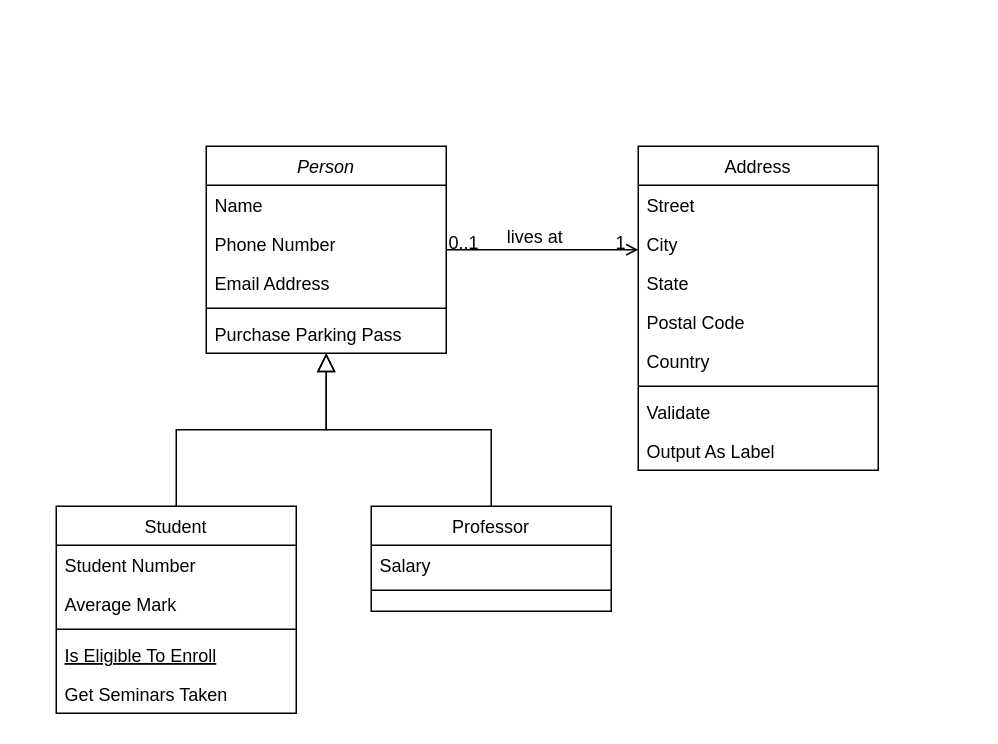
Before: Diagrama sin título.drawio in luiscarlos370/ProyectoFJS, a draw.io diagram. Source tidied: cells renumbered, new cells numbered last; positions are measured from the earlier drawing's top-left corner, leaving out a move shared by most shapes. Both pictures are drawn from the tidied source at 150%, with x=0, y=0 at pixel (56, 146).
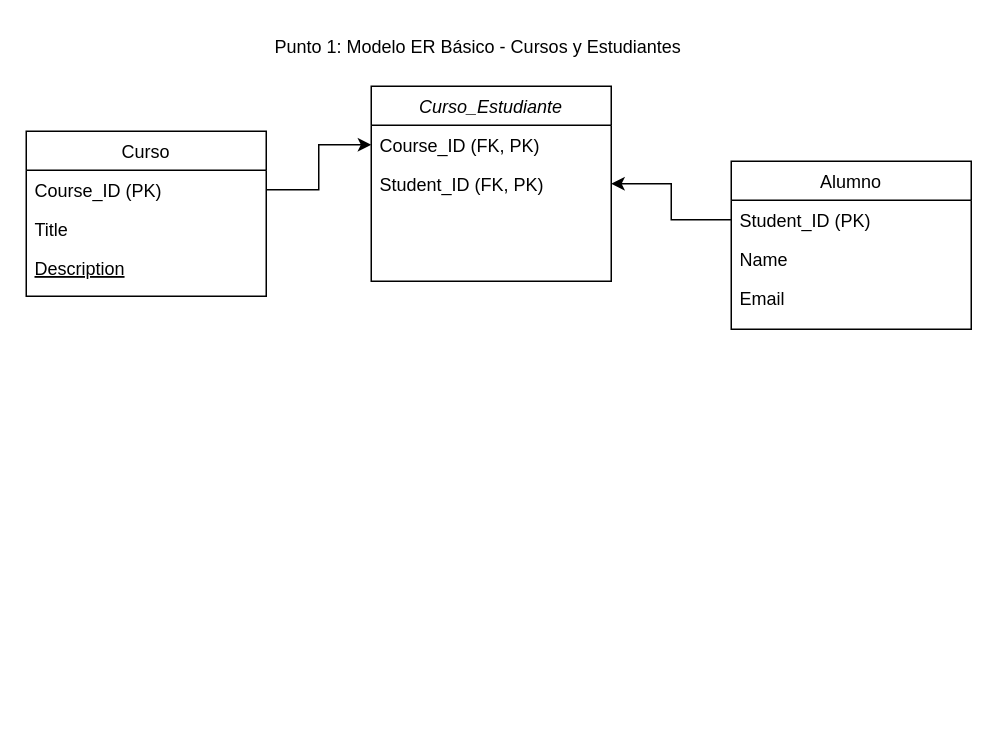
The same diagram, later.

What changed in the source:
```diff
@@
-    <mxCell id="2" value="Person" style="swimlane;fontStyle=2;align=center;verticalAlign=top;horizontal=1;startSize=26;rounded=0;shadow=0;strokeWidth=1;" parent="1" vertex="1">
-      <mxGeometry x="100" width="160" height="138" as="geometry" />
+    <mxCell id="2" value="Curso_Estudiante  " style="swimlane;fontStyle=2;align=center;verticalAlign=top;horizontal=1;startSize=26;rounded=0;shadow=0;strokeWidth=1;" parent="1" vertex="1">
+      <mxGeometry x="210" y="-40" width="160" height="130" as="geometry" />
     </mxCell>
-    <mxCell id="3" value="Name" style="text;align=left;verticalAlign=top;spacingLeft=4;spacingRight=4;overflow=hidden;points=[[0,0.5],[1,0.5]];portConstraint=eastwest;" parent="2" vertex="1">
+    <mxCell id="3" value=" Course_ID (FK, PK)" style="text;align=left;verticalAlign=top;spacingLeft=4;spacingRight=4;overflow=hidden;points=[[0,0.5],[1,0.5]];portConstraint=eastwest;" parent="2" vertex="1">
       <mxGeometry y="26" width="160" height="26" as="geometry" />
     </mxCell>
-    <mxCell id="4" value="Phone Number" style="text;align=left;verticalAlign=top;spacingLeft=4;spacingRight=4;overflow=hidden;points=[[0,0.5],[1,0.5]];portConstraint=eastwest;rounded=0;shadow=0;html=0;" parent="2" vertex="1">
+    <mxCell id="4" value="Student_ID (FK, PK)" style="text;align=left;verticalAlign=top;spacingLeft=4;spacingRight=4;overflow=hidden;points=[[0,0.5],[1,0.5]];portConstraint=eastwest;rounded=0;shadow=0;html=0;" parent="2" vertex="1">
       <mxGeometry y="52" width="160" height="26" as="geometry" />
     </mxCell>
-    <mxCell id="5" value="Email Address" style="text;align=left;verticalAlign=top;spacingLeft=4;spacingRight=4;overflow=hidden;rounded=0;shadow=0;html=0;" parent="2" vertex="1">
-      <mxGeometry y="78" width="160" height="26" as="geometry" />
-    </mxCell>
-    <mxCell id="6" style="line;html=1;strokeWidth=1;align=left;verticalAlign=middle;spacingTop=-1;spacingLeft=3;spacingRight=3;labelPosition=right;" parent="2" vertex="1">
-      <mxGeometry y="104" width="160" height="8" as="geometry" />
-    </mxCell>
-    <mxCell id="7" value="Purchase Parking Pass" style="text;align=left;verticalAlign=top;spacingLeft=4;spacingRight=4;overflow=hidden;" parent="2" vertex="1">
-      <mxGeometry y="112" width="160" height="26" as="geometry" />
-    </mxCell>
-    <mxCell id="8" value="Student" style="swimlane;fontStyle=0;align=center;verticalAlign=top;horizontal=1;startSize=26;rounded=0;shadow=0;strokeWidth=1;" parent="1" vertex="1">
-      <mxGeometry y="240" width="160" height="138" as="geometry" />
+    <mxCell id="8" value="Curso  " style="swimlane;fontStyle=0;align=center;verticalAlign=top;horizontal=1;startSize=26;rounded=0;shadow=0;strokeWidth=1;" parent="1" vertex="1">
+      <mxGeometry x="-20" y="-10" width="160" height="110" as="geometry" />
     </mxCell>
-    <mxCell id="9" value="Student Number" style="text;align=left;verticalAlign=top;spacingLeft=4;spacingRight=4;overflow=hidden;points=[[0,0.5],[1,0.5]];portConstraint=eastwest;" parent="8" vertex="1">
+    <mxCell id="9" value="Course_ID (PK)" style="text;align=left;verticalAlign=top;spacingLeft=4;spacingRight=4;overflow=hidden;points=[[0,0.5],[1,0.5]];portConstraint=eastwest;" parent="8" vertex="1">
       <mxGeometry y="26" width="160" height="26" as="geometry" />
     </mxCell>
-    <mxCell id="10" value="Average Mark" style="text;align=left;verticalAlign=top;spacingLeft=4;spacingRight=4;overflow=hidden;rounded=0;shadow=0;html=0;" parent="8" vertex="1">
+    <mxCell id="10" value="Title " style="text;align=left;verticalAlign=top;spacingLeft=4;spacingRight=4;overflow=hidden;rounded=0;shadow=0;html=0;" parent="8" vertex="1">
       <mxGeometry y="52" width="160" height="26" as="geometry" />
     </mxCell>
-    <mxCell id="11" style="line;html=1;strokeWidth=1;align=left;verticalAlign=middle;spacingTop=-1;spacingLeft=3;spacingRight=3;labelPosition=right;" parent="8" vertex="1">
-      <mxGeometry y="78" width="160" height="8" as="geometry" />
-    </mxCell>
-    <mxCell id="12" value="Is Eligible To Enroll" style="text;align=left;verticalAlign=top;spacingLeft=4;spacingRight=4;overflow=hidden;fontStyle=4;" parent="8" vertex="1">
-      <mxGeometry y="86" width="160" height="26" as="geometry" />
+    <mxCell id="12" value="Description        " style="text;align=left;verticalAlign=top;spacingLeft=4;spacingRight=4;overflow=hidden;fontStyle=4;" parent="8" vertex="1">
+      <mxGeometry y="78" width="160" height="26" as="geometry" />
     </mxCell>
-    <mxCell id="13" value="Get Seminars Taken" style="text;align=left;verticalAlign=top;spacingLeft=4;spacingRight=4;overflow=hidden;" parent="8" vertex="1">
-      <mxGeometry y="112" width="160" height="26" as="geometry" />
-    </mxCell>
-    <mxCell id="14" style="endArrow=block;endSize=10;endFill=0;shadow=0;strokeWidth=1;rounded=0;curved=0;edgeStyle=elbowEdgeStyle;elbow=vertical;" parent="1" edge="1" source="8" target="2">
-      <mxGeometry relative="1" as="geometry" />
-    </mxCell>
-    <mxCell id="15" value="Professor" style="swimlane;fontStyle=0;align=center;verticalAlign=top;horizontal=1;startSize=26;rounded=0;shadow=0;strokeWidth=1;" parent="1" vertex="1">
-      <mxGeometry x="210" y="240" width="160" height="70" as="geometry" />
+    <mxCell id="15" value="Alumno        " style="swimlane;fontStyle=0;align=center;verticalAlign=top;horizontal=1;startSize=26;rounded=0;shadow=0;strokeWidth=1;" parent="1" vertex="1">
+      <mxGeometry x="450" y="10" width="160" height="112" as="geometry" />
     </mxCell>
-    <mxCell id="16" value="Salary" style="text;align=left;verticalAlign=top;spacingLeft=4;spacingRight=4;overflow=hidden;points=[[0,0.5],[1,0.5]];portConstraint=eastwest;" parent="15" vertex="1">
+    <mxCell id="16" value="Student_ID (PK) " style="text;align=left;verticalAlign=top;spacingLeft=4;spacingRight=4;overflow=hidden;points=[[0,0.5],[1,0.5]];portConstraint=eastwest;" parent="15" vertex="1">
       <mxGeometry y="26" width="160" height="26" as="geometry" />
     </mxCell>
-    <mxCell id="17" style="line;html=1;strokeWidth=1;align=left;verticalAlign=middle;spacingTop=-1;spacingLeft=3;spacingRight=3;labelPosition=right;" parent="15" vertex="1">
-      <mxGeometry y="52" width="160" height="8" as="geometry" />
-    </mxCell>
-    <mxCell id="18" style="endArrow=block;endSize=10;endFill=0;shadow=0;strokeWidth=1;rounded=0;curved=0;edgeStyle=elbowEdgeStyle;elbow=vertical;" parent="1" edge="1" source="15" target="2">
-      <mxGeometry relative="1" as="geometry" />
-    </mxCell>
-    <mxCell id="19" value="Address" style="swimlane;fontStyle=0;align=center;verticalAlign=top;horizontal=1;startSize=26;rounded=0;shadow=0;strokeWidth=1;" parent="1" vertex="1">
-      <mxGeometry x="388" width="160" height="216" as="geometry" />
-    </mxCell>
-    <mxCell id="20" value="Street" style="text;align=left;verticalAlign=top;spacingLeft=4;spacingRight=4;overflow=hidden;" parent="19" vertex="1">
-      <mxGeometry y="26" width="160" height="26" as="geometry" />
-    </mxCell>
-    <mxCell id="21" value="City" style="text;align=left;verticalAlign=top;spacingLeft=4;spacingRight=4;overflow=hidden;rounded=0;shadow=0;html=0;" parent="19" vertex="1">
-      <mxGeometry y="52" width="160" height="26" as="geometry" />
-    </mxCell>
-    <mxCell id="22" value="State" style="text;align=left;verticalAlign=top;spacingLeft=4;spacingRight=4;overflow=hidden;rounded=0;shadow=0;html=0;" parent="19" vertex="1">
-      <mxGeometry y="78" width="160" height="26" as="geometry" />
-    </mxCell>
-    <mxCell id="23" value="Postal Code" style="text;align=left;verticalAlign=top;spacingLeft=4;spacingRight=4;overflow=hidden;rounded=0;shadow=0;html=0;" parent="19" vertex="1">
-      <mxGeometry y="104" width="160" height="26" as="geometry" />
-    </mxCell>
-    <mxCell id="24" value="Country" style="text;align=left;verticalAlign=top;spacingLeft=4;spacingRight=4;overflow=hidden;rounded=0;shadow=0;html=0;" parent="19" vertex="1">
-      <mxGeometry y="130" width="160" height="26" as="geometry" />
-    </mxCell>
-    <mxCell id="25" style="line;html=1;strokeWidth=1;align=left;verticalAlign=middle;spacingTop=-1;spacingLeft=3;spacingRight=3;labelPosition=right;" parent="19" vertex="1">
-      <mxGeometry y="156" width="160" height="8" as="geometry" />
-    </mxCell>
-    <mxCell id="26" value="Validate" style="text;align=left;verticalAlign=top;spacingLeft=4;spacingRight=4;overflow=hidden;" parent="19" vertex="1">
-      <mxGeometry y="164" width="160" height="26" as="geometry" />
-    </mxCell>
-    <mxCell id="27" value="Output As Label" style="text;align=left;verticalAlign=top;spacingLeft=4;spacingRight=4;overflow=hidden;" parent="19" vertex="1">
-      <mxGeometry y="190" width="160" height="26" as="geometry" />
-    </mxCell>
-    <mxCell id="28" style="endArrow=open;shadow=0;strokeWidth=1;rounded=0;curved=0;endFill=1;edgeStyle=elbowEdgeStyle;elbow=vertical;" parent="1" edge="1" source="2" target="19">
-      <mxGeometry x="0.5" y="41" relative="1" as="geometry">
-        <mxPoint x="-40" y="32" as="offset" />
-      </mxGeometry>
-    </mxCell>
-    <mxCell id="29" value="0..1" style="align=left;verticalAlign=bottom;labelBackgroundColor=none;fontSize=12;" parent="28" vertex="1">
-      <mxGeometry x="-1" relative="1" as="geometry">
-        <mxPoint y="4" as="offset" />
-      </mxGeometry>
-    </mxCell>
-    <mxCell id="30" value="1" style="align=right;verticalAlign=bottom;labelBackgroundColor=none;fontSize=12;" parent="28" vertex="1">
-      <mxGeometry x="1" relative="1" as="geometry">
-        <mxPoint x="-7" y="4" as="offset" />
-      </mxGeometry>
-    </mxCell>
-    <mxCell id="31" value="lives at" style="text;html=1;align=center;verticalAlign=middle;labelBackgroundColor=none;rounded=0;shadow=0;strokeWidth=1;fontSize=12;" parent="28" vertex="1">
-      <mxGeometry x="0.5" y="49" relative="1" as="geometry">
-        <mxPoint x="-38" y="40" as="offset" />
-      </mxGeometry>
-    </mxCell>
+    <mxCell id="32" value="Name" style="text;align=left;verticalAlign=top;spacingLeft=4;spacingRight=4;overflow=hidden;" parent="15" vertex="1">
+      <mxGeometry y="52" width="160" height="26" as="geometry" />
+    </mxCell>
+    <mxCell id="33" value="Email              " style="text;align=left;verticalAlign=top;spacingLeft=4;spacingRight=4;overflow=hidden;" parent="15" vertex="1">
+      <mxGeometry y="78" width="160" height="26" as="geometry" />
+    </mxCell>
+    <mxCell id="34" value="Punto 1: Modelo ER Básico - Cursos y Estudiantes" style="text;whiteSpace=wrap;html=1;" parent="1" vertex="1">
+      <mxGeometry x="144" y="-80" width="300" height="40" as="geometry" />
+    </mxCell>
+    <mxCell id="35" style="edgeStyle=orthogonalEdgeStyle;rounded=0;jettySize=auto;html=1;entryX=0;entryY=0.5;entryDx=0;entryDy=0;" parent="1" edge="1" source="9" target="3">
+      <mxGeometry relative="1" as="geometry" />
+    </mxCell>
+    <mxCell id="36" style="edgeStyle=orthogonalEdgeStyle;rounded=0;jettySize=auto;html=1;" parent="1" edge="1" source="16" target="4">
+      <mxGeometry relative="1" as="geometry" />
+    </mxCell>
```
